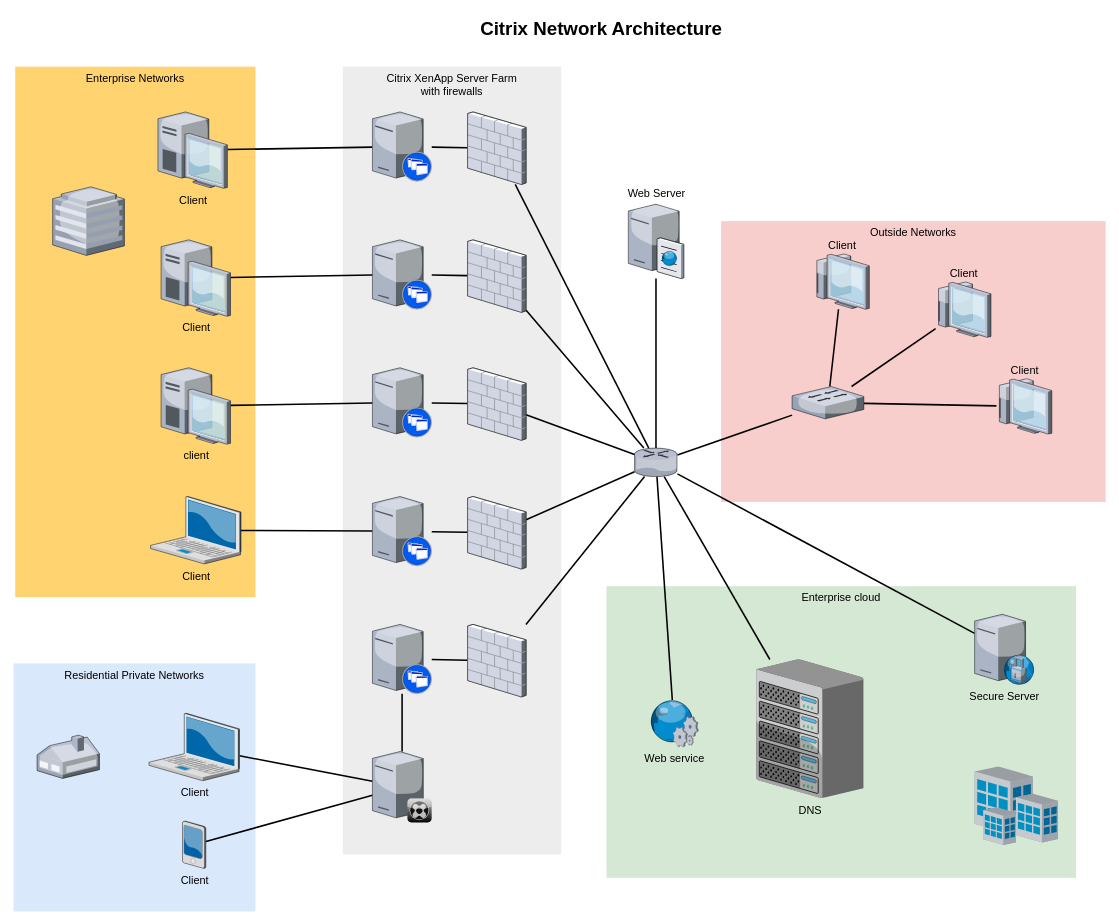
This is v.drawio from xiaoming728/draw, a draw.io file, before an edit. Source tidied: cells renumbered, new cells numbered last; positions are measured from the earlier drawing's top-left corner, leaving out a move shared by most shapes. Both pictures are drawn from the tidied source at 78%, with x=0, y=0 at pixel (13, 13).
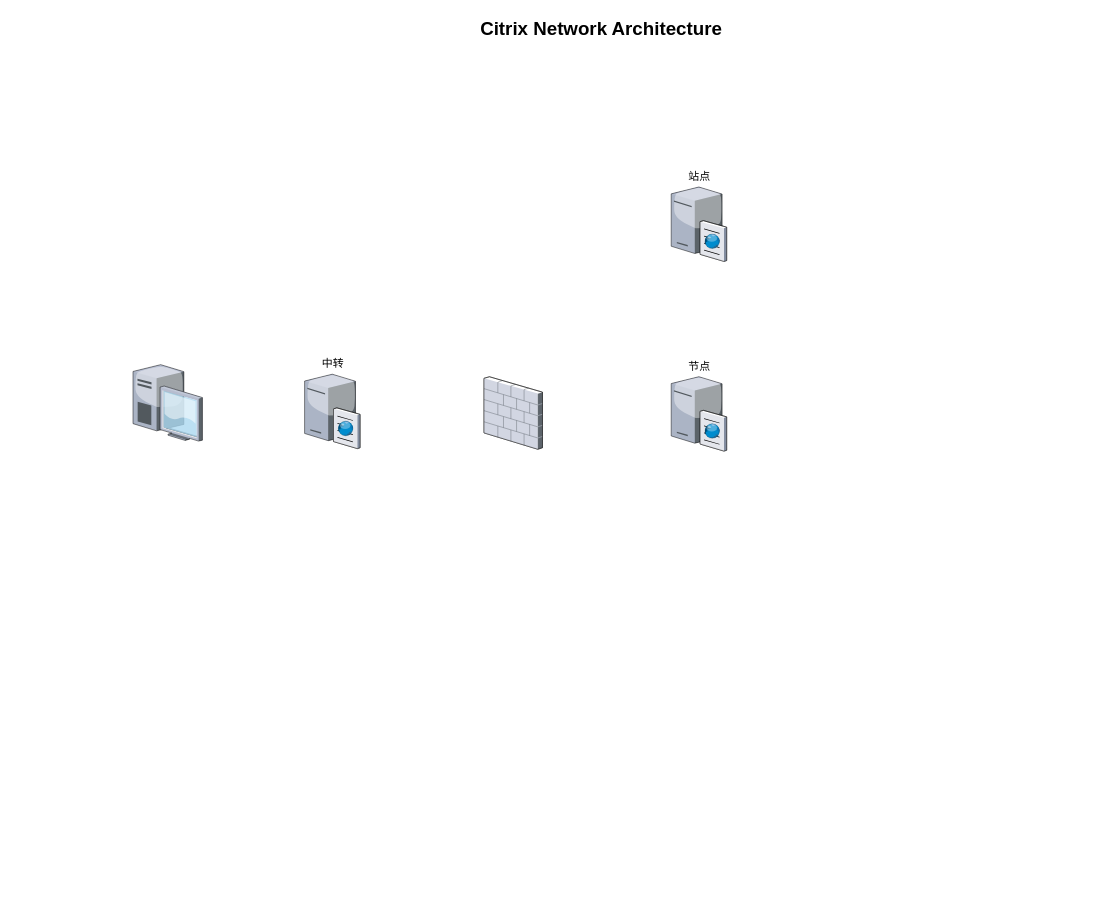
Above is the later version.

Change to the diagram source:
```diff
@@
-    <mxCell id="2" value="Outside Networks" style="whiteSpace=wrap;html=1;fillColor=#f8cecc;fontSize=14;strokeColor=none;verticalAlign=top;" parent="1" vertex="1">
-      <mxGeometry x="907" y="266" width="493" height="360" as="geometry" />
-    </mxCell>
-    <mxCell id="3" value="Enterprise cloud" style="whiteSpace=wrap;html=1;fillColor=#d5e8d4;fontSize=14;strokeColor=none;verticalAlign=top;" parent="1" vertex="1">
-      <mxGeometry x="760" y="734" width="602" height="374" as="geometry" />
-    </mxCell>
-    <mxCell id="4" value="Citrix XenApp Server Farm&lt;div&gt;with firewalls&lt;/div&gt;" style="whiteSpace=wrap;html=1;fillColor=#EDEDED;fontSize=14;strokeColor=none;verticalAlign=top;" parent="1" vertex="1">
-      <mxGeometry x="422" y="68" width="280" height="1010" as="geometry" />
-    </mxCell>
-    <mxCell id="5" value="Residential Private Networks" style="whiteSpace=wrap;html=1;fillColor=#dae8fc;fontSize=14;strokeColor=none;verticalAlign=top;" parent="1" vertex="1">
-      <mxGeometry y="833" width="310" height="318" as="geometry" />
-    </mxCell>
-    <mxCell id="6" value="Enterprise Networks" style="whiteSpace=wrap;html=1;fillColor=#FFD470;gradientColor=none;fontSize=14;strokeColor=none;verticalAlign=top;" parent="1" vertex="1">
-      <mxGeometry x="2" y="68" width="308" height="680" as="geometry" />
-    </mxCell>
-    <mxCell id="7" style="edgeStyle=none;rounded=0;html=1;startSize=10;endSize=10;jettySize=auto;fontSize=14;endArrow=none;endFill=0;strokeWidth=2;" parent="1" edge="1" source="8" target="35">
-      <mxGeometry relative="1" as="geometry" />
-    </mxCell>
-    <mxCell id="8" value="Client" style="verticalLabelPosition=bottom;html=1;verticalAlign=top;strokeColor=none;shape=mxgraph.citrix.laptop_2;fillColor=#66B2FF;gradientColor=#0066CC;fontSize=14;" parent="1" vertex="1">
-      <mxGeometry x="173.5" y="897" width="116" height="86.5" as="geometry" />
-    </mxCell>
-    <mxCell id="9" style="edgeStyle=none;rounded=0;html=1;startSize=10;endSize=10;jettySize=auto;fontSize=14;endArrow=none;endFill=0;strokeWidth=2;" parent="1" edge="1" source="10" target="22">
-      <mxGeometry relative="1" as="geometry" />
-    </mxCell>
-    <mxCell id="10" value="Client" style="verticalLabelPosition=bottom;html=1;verticalAlign=top;strokeColor=none;shape=mxgraph.citrix.laptop_2;fillColor=#66B2FF;gradientColor=#0066CC;fontSize=14;" parent="1" vertex="1">
-      <mxGeometry x="175.5" y="619" width="116" height="86.5" as="geometry" />
-    </mxCell>
-    <mxCell id="11" style="edgeStyle=none;rounded=0;html=1;startSize=10;endSize=10;jettySize=auto;fontSize=14;endArrow=none;endFill=0;strokeWidth=2;" parent="1" edge="1" source="12" target="24">
-      <mxGeometry relative="1" as="geometry" />
-    </mxCell>
-    <mxCell id="12" value="client" style="verticalLabelPosition=bottom;html=1;verticalAlign=top;strokeColor=none;shape=mxgraph.citrix.desktop;fillColor=#66B2FF;gradientColor=#0066CC;fontSize=14;" parent="1" vertex="1">
-      <mxGeometry x="189" y="454" width="89" height="98" as="geometry" />
-    </mxCell>
-    <mxCell id="13" style="edgeStyle=none;rounded=0;html=1;startSize=10;endSize=10;jettySize=auto;fontSize=14;endArrow=none;endFill=0;strokeWidth=2;" parent="1" edge="1" source="14" target="26">
-      <mxGeometry relative="1" as="geometry" />
-    </mxCell>
-    <mxCell id="14" value="Client" style="verticalLabelPosition=bottom;html=1;verticalAlign=top;strokeColor=none;shape=mxgraph.citrix.desktop;fillColor=#66B2FF;gradientColor=#0066CC;fontSize=14;" parent="1" vertex="1">
-      <mxGeometry x="189" y="290" width="89" height="98" as="geometry" />
-    </mxCell>
-    <mxCell id="15" style="edgeStyle=none;rounded=0;html=1;startSize=10;endSize=10;jettySize=auto;fontSize=14;endArrow=none;endFill=0;strokeWidth=2;" parent="1" edge="1" source="16" target="28">
-      <mxGeometry relative="1" as="geometry" />
-    </mxCell>
-    <mxCell id="16" value="Client" style="verticalLabelPosition=bottom;html=1;verticalAlign=top;strokeColor=none;shape=mxgraph.citrix.desktop;fillColor=#66B2FF;gradientColor=#0066CC;fontSize=14;" parent="1" vertex="1">
-      <mxGeometry x="185" y="126" width="89" height="98" as="geometry" />
-    </mxCell>
-    <mxCell id="17" style="edgeStyle=none;rounded=0;html=1;startSize=10;endSize=10;jettySize=auto;fontSize=14;endArrow=none;endFill=0;strokeWidth=2;" parent="1" edge="1" source="18" target="35">
-      <mxGeometry relative="1" as="geometry" />
-    </mxCell>
-    <mxCell id="18" value="Client" style="verticalLabelPosition=bottom;html=1;verticalAlign=top;strokeColor=none;shape=mxgraph.citrix.pda;fillColor=#66B2FF;gradientColor=#0066CC;fontSize=14;" parent="1" vertex="1">
-      <mxGeometry x="216.5" y="1035" width="30" height="61" as="geometry" />
-    </mxCell>
-    <mxCell id="19" style="edgeStyle=none;rounded=0;html=1;startSize=10;endSize=10;jettySize=auto;fontSize=14;endArrow=none;endFill=0;strokeWidth=2;" parent="1" edge="1" source="20" target="47">
-      <mxGeometry relative="1" as="geometry" />
-    </mxCell>
-    <mxCell id="20" style="verticalLabelPosition=bottom;html=1;verticalAlign=top;strokeColor=none;shape=mxgraph.citrix.xenapp_server;fillColor=#66B2FF;gradientColor=#0066CC;fontSize=14;" parent="1" vertex="1">
-      <mxGeometry x="460" y="783" width="76" height="89" as="geometry" />
-    </mxCell>
-    <mxCell id="21" style="edgeStyle=none;rounded=0;html=1;startSize=10;endSize=10;jettySize=auto;fontSize=14;endArrow=none;endFill=0;strokeWidth=2;" parent="1" edge="1" source="22" target="45">
-      <mxGeometry relative="1" as="geometry" />
-    </mxCell>
-    <mxCell id="22" style="verticalLabelPosition=bottom;html=1;verticalAlign=top;strokeColor=none;shape=mxgraph.citrix.xenapp_server;fillColor=#66B2FF;gradientColor=#0066CC;fontSize=14;" parent="1" vertex="1">
-      <mxGeometry x="460" y="619" width="76" height="89" as="geometry" />
-    </mxCell>
-    <mxCell id="23" style="edgeStyle=none;rounded=0;html=1;startSize=10;endSize=10;jettySize=auto;fontSize=14;endArrow=none;endFill=0;strokeWidth=2;" parent="1" edge="1" source="24" target="43">
-      <mxGeometry relative="1" as="geometry" />
-    </mxCell>
-    <mxCell id="24" style="verticalLabelPosition=bottom;html=1;verticalAlign=top;strokeColor=none;shape=mxgraph.citrix.xenapp_server;fillColor=#66B2FF;gradientColor=#0066CC;fontSize=14;" parent="1" vertex="1">
-      <mxGeometry x="460" y="454" width="76" height="89" as="geometry" />
-    </mxCell>
-    <mxCell id="25" style="edgeStyle=none;rounded=0;html=1;startSize=10;endSize=10;jettySize=auto;fontSize=14;endArrow=none;endFill=0;strokeWidth=2;" parent="1" edge="1" source="26" target="41">
-      <mxGeometry relative="1" as="geometry" />
-    </mxCell>
-    <mxCell id="26" style="verticalLabelPosition=bottom;html=1;verticalAlign=top;strokeColor=none;shape=mxgraph.citrix.xenapp_server;fillColor=#66B2FF;gradientColor=#0066CC;fontSize=14;" parent="1" vertex="1">
-      <mxGeometry x="460" y="290" width="76" height="89" as="geometry" />
-    </mxCell>
-    <mxCell id="27" style="edgeStyle=none;rounded=0;html=1;startSize=10;endSize=10;jettySize=auto;fontSize=14;endArrow=none;endFill=0;strokeWidth=2;" parent="1" edge="1" source="28" target="39">
-      <mxGeometry relative="1" as="geometry" />
-    </mxCell>
-    <mxCell id="28" style="verticalLabelPosition=bottom;html=1;verticalAlign=top;strokeColor=none;shape=mxgraph.citrix.xenapp_server;fillColor=#66B2FF;gradientColor=#0066CC;fontSize=14;" parent="1" vertex="1">
-      <mxGeometry x="460" y="126" width="76" height="89" as="geometry" />
-    </mxCell>
-    <mxCell id="29" style="edgeStyle=none;rounded=0;html=1;startSize=10;endSize=10;jettySize=auto;fontSize=14;endArrow=none;endFill=0;strokeWidth=2;" parent="1" edge="1" source="33" target="37">
-      <mxGeometry relative="1" as="geometry" />
-    </mxCell>
-    <mxCell id="30" style="edgeStyle=none;rounded=0;html=1;startSize=10;endSize=10;jettySize=auto;fontSize=14;endArrow=none;endFill=0;strokeWidth=2;" parent="1" edge="1" source="33" target="36">
-      <mxGeometry relative="1" as="geometry" />
-    </mxCell>
-    <mxCell id="31" style="edgeStyle=none;rounded=0;html=1;startSize=10;endSize=10;jettySize=auto;fontSize=14;endArrow=none;endFill=0;strokeWidth=2;" parent="1" edge="1" source="33" target="54">
-      <mxGeometry relative="1" as="geometry" />
-    </mxCell>
-    <mxCell id="32" style="edgeStyle=none;rounded=0;html=1;startSize=10;endSize=10;jettySize=auto;fontSize=14;endArrow=none;endFill=0;strokeWidth=2;" parent="1" edge="1" source="33" target="50">
-      <mxGeometry relative="1" as="geometry" />
-    </mxCell>
-    <mxCell id="33" style="verticalLabelPosition=bottom;html=1;verticalAlign=top;strokeColor=none;shape=mxgraph.citrix.router;fillColor=#66B2FF;gradientColor=#0066CC;fontSize=14;" parent="1" vertex="1">
-      <mxGeometry x="796" y="557" width="55" height="36.5" as="geometry" />
-    </mxCell>
-    <mxCell id="34" style="edgeStyle=none;rounded=0;html=1;startSize=10;endSize=10;jettySize=auto;fontSize=14;endArrow=none;endFill=0;strokeWidth=2;" parent="1" edge="1" source="35" target="20">
-      <mxGeometry relative="1" as="geometry" />
-    </mxCell>
-    <mxCell id="35" style="verticalLabelPosition=bottom;html=1;verticalAlign=top;strokeColor=none;shape=mxgraph.citrix.xenclient_synchronizer;fillColor=#CCCCCC;gradientColor=#000000;gradientDirection=south;fontSize=14;" parent="1" vertex="1">
-      <mxGeometry x="460" y="946" width="76" height="91" as="geometry" />
-    </mxCell>
-    <mxCell id="36" value="Web Server" style="verticalLabelPosition=top;html=1;verticalAlign=bottom;strokeColor=none;shape=mxgraph.citrix.cache_server;fillColor=#66B2FF;gradientColor=#0066CC;fontSize=14;labelPosition=center;align=center;" parent="1" vertex="1">
-      <mxGeometry x="788" y="242" width="71" height="97.5" as="geometry" />
+    <mxCell id="36" value="中转" style="verticalLabelPosition=top;html=1;verticalAlign=bottom;strokeColor=none;shape=mxgraph.citrix.cache_server;fillColor=#66B2FF;gradientColor=#0066CC;fontSize=14;labelPosition=center;align=center;" parent="1" vertex="1">
+      <mxGeometry x="373" y="460" width="71" height="97.5" as="geometry" />
     </mxCell>
-    <mxCell id="37" value="DNS" style="verticalLabelPosition=bottom;html=1;verticalAlign=top;strokeColor=none;shape=mxgraph.citrix.chassis;fillColor=#66B2FF;gradientColor=#0066CC;fontSize=14;" parent="1" vertex="1">
-      <mxGeometry x="952" y="828" width="137.5" height="177.5" as="geometry" />
-    </mxCell>
-    <mxCell id="38" style="edgeStyle=none;rounded=0;html=1;startSize=10;endSize=10;jettySize=auto;fontSize=14;endArrow=none;endFill=0;strokeWidth=2;" parent="1" edge="1" source="39" target="33">
-      <mxGeometry relative="1" as="geometry" />
-    </mxCell>
-    <mxCell id="39" style="verticalLabelPosition=bottom;html=1;verticalAlign=top;strokeColor=none;shape=mxgraph.citrix.firewall;fillColor=#66B2FF;gradientColor=#0066CC;fontSize=14;" parent="1" vertex="1">
-      <mxGeometry x="582" y="126" width="75" height="93" as="geometry" />
-    </mxCell>
-    <mxCell id="40" style="edgeStyle=none;rounded=0;html=1;startSize=10;endSize=10;jettySize=auto;fontSize=14;endArrow=none;endFill=0;strokeWidth=2;" parent="1" edge="1" source="41" target="33">
-      <mxGeometry relative="1" as="geometry" />
-    </mxCell>
-    <mxCell id="41" style="verticalLabelPosition=bottom;html=1;verticalAlign=top;strokeColor=none;shape=mxgraph.citrix.firewall;fillColor=#66B2FF;gradientColor=#0066CC;fontSize=14;" parent="1" vertex="1">
-      <mxGeometry x="582" y="290" width="75" height="93" as="geometry" />
-    </mxCell>
-    <mxCell id="42" style="edgeStyle=none;rounded=0;html=1;startSize=10;endSize=10;jettySize=auto;fontSize=14;endArrow=none;endFill=0;strokeWidth=2;" parent="1" edge="1" source="43" target="33">
-      <mxGeometry relative="1" as="geometry" />
-    </mxCell>
-    <mxCell id="43" style="verticalLabelPosition=bottom;html=1;verticalAlign=top;strokeColor=none;shape=mxgraph.citrix.firewall;fillColor=#66B2FF;gradientColor=#0066CC;fontSize=14;" parent="1" vertex="1">
-      <mxGeometry x="582" y="454" width="75" height="93" as="geometry" />
-    </mxCell>
-    <mxCell id="44" style="edgeStyle=none;rounded=0;html=1;startSize=10;endSize=10;jettySize=auto;fontSize=14;endArrow=none;endFill=0;strokeWidth=2;" parent="1" edge="1" source="45" target="33">
-      <mxGeometry relative="1" as="geometry" />
-    </mxCell>
-    <mxCell id="45" style="verticalLabelPosition=bottom;html=1;verticalAlign=top;strokeColor=none;shape=mxgraph.citrix.firewall;fillColor=#66B2FF;gradientColor=#0066CC;fontSize=14;" parent="1" vertex="1">
-      <mxGeometry x="582" y="619" width="75" height="93" as="geometry" />
-    </mxCell>
-    <mxCell id="46" style="edgeStyle=none;rounded=0;html=1;startSize=10;endSize=10;jettySize=auto;fontSize=14;endArrow=none;endFill=0;strokeWidth=2;" parent="1" edge="1" source="47" target="33">
-      <mxGeometry relative="1" as="geometry" />
-    </mxCell>
-    <mxCell id="47" style="verticalLabelPosition=bottom;html=1;verticalAlign=top;strokeColor=none;shape=mxgraph.citrix.firewall;fillColor=#66B2FF;gradientColor=#0066CC;fontSize=14;" parent="1" vertex="1">
-      <mxGeometry x="582" y="783" width="75" height="93" as="geometry" />
-    </mxCell>
-    <mxCell id="48" style="verticalLabelPosition=bottom;html=1;verticalAlign=top;strokeColor=none;shape=mxgraph.citrix.home_office;fillColor=#66B2FF;gradientColor=#0066CC;fontSize=14;" parent="1" vertex="1">
-      <mxGeometry x="30" y="925" width="80" height="55.5" as="geometry" />
-    </mxCell>
-    <mxCell id="49" style="verticalLabelPosition=bottom;html=1;verticalAlign=top;strokeColor=none;shape=mxgraph.citrix.hq_enterprise;fillColor=#66B2FF;gradientColor=#0066CC;fontSize=14;" parent="1" vertex="1">
-      <mxGeometry x="50" y="222" width="92" height="88" as="geometry" />
-    </mxCell>
-    <mxCell id="50" value="Secure Server" style="verticalLabelPosition=bottom;html=1;verticalAlign=top;strokeColor=none;shape=mxgraph.citrix.proxy_server;fillColor=#66B2FF;gradientColor=#0066CC;fontSize=14;" parent="1" vertex="1">
-      <mxGeometry x="1232" y="770" width="76.5" height="90" as="geometry" />
-    </mxCell>
-    <mxCell id="51" style="edgeStyle=none;rounded=0;html=1;startSize=10;endSize=10;jettySize=auto;fontSize=14;endArrow=none;endFill=0;strokeWidth=2;" parent="1" edge="1" source="54" target="57">
-      <mxGeometry relative="1" as="geometry" />
-    </mxCell>
-    <mxCell id="52" style="edgeStyle=none;rounded=0;html=1;startSize=10;endSize=10;jettySize=auto;fontSize=14;endArrow=none;endFill=0;strokeWidth=2;" parent="1" edge="1" source="54" target="56">
-      <mxGeometry relative="1" as="geometry" />
-    </mxCell>
-    <mxCell id="53" style="edgeStyle=none;rounded=0;html=1;startSize=10;endSize=10;jettySize=auto;fontSize=14;endArrow=none;endFill=0;strokeWidth=2;" parent="1" edge="1" source="54" target="55">
-      <mxGeometry relative="1" as="geometry" />
-    </mxCell>
-    <mxCell id="54" style="verticalLabelPosition=bottom;html=1;verticalAlign=top;strokeColor=none;shape=mxgraph.citrix.switch;fillColor=#66B2FF;gradientColor=#0066CC;fontSize=14;" parent="1" vertex="1">
-      <mxGeometry x="998" y="478" width="92" height="41.5" as="geometry" />
-    </mxCell>
-    <mxCell id="55" value="Client" style="verticalLabelPosition=top;html=1;verticalAlign=bottom;strokeColor=none;shape=mxgraph.citrix.thin_client;fillColor=#66B2FF;gradientColor=#0066CC;fontSize=14;labelPosition=center;align=center;" parent="1" vertex="1">
-      <mxGeometry x="1260" y="468" width="71" height="71" as="geometry" />
-    </mxCell>
-    <mxCell id="56" value="Client" style="verticalLabelPosition=top;html=1;verticalAlign=bottom;strokeColor=none;shape=mxgraph.citrix.thin_client;fillColor=#66B2FF;gradientColor=#0066CC;fontSize=14;labelPosition=center;align=center;" parent="1" vertex="1">
-      <mxGeometry x="1182" y="344" width="71" height="71" as="geometry" />
-    </mxCell>
-    <mxCell id="57" value="Client" style="verticalLabelPosition=top;html=1;verticalAlign=bottom;strokeColor=none;shape=mxgraph.citrix.thin_client;fillColor=#66B2FF;gradientColor=#0066CC;fontSize=14;labelPosition=center;align=center;" parent="1" vertex="1">
-      <mxGeometry x="1026" y="308" width="71" height="71" as="geometry" />
-    </mxCell>
-    <mxCell id="58" style="edgeStyle=none;rounded=0;html=1;startSize=10;endSize=10;jettySize=auto;fontSize=14;endArrow=none;endFill=0;strokeWidth=2;" parent="1" edge="1" source="59" target="33">
-      <mxGeometry relative="1" as="geometry" />
-    </mxCell>
-    <mxCell id="59" value="Web service" style="verticalLabelPosition=bottom;html=1;verticalAlign=top;strokeColor=none;shape=mxgraph.citrix.web_service;fillColor=#66B2FF;gradientColor=#0066CC;fontSize=14;" parent="1" vertex="1">
-      <mxGeometry x="815" y="880" width="63" height="60" as="geometry" />
-    </mxCell>
-    <mxCell id="60" style="verticalLabelPosition=bottom;html=1;verticalAlign=top;strokeColor=none;shape=mxgraph.citrix.site;fillColor=#66B2FF;gradientColor=#0066CC;fontSize=14;" parent="1" vertex="1">
-      <mxGeometry x="1232" y="965" width="107" height="101" as="geometry" />
-    </mxCell>
@@
+    <mxCell id="62" value="节点" style="verticalLabelPosition=top;html=1;verticalAlign=bottom;strokeColor=none;shape=mxgraph.citrix.cache_server;fillColor=#66B2FF;gradientColor=#0066CC;fontSize=14;labelPosition=center;align=center;" parent="1" vertex="1">
+      <mxGeometry x="843" y="463.2" width="71" height="97.5" as="geometry" />
+    </mxCell>
+    <mxCell id="63" style="verticalLabelPosition=bottom;html=1;verticalAlign=top;strokeColor=none;shape=mxgraph.citrix.firewall;fillColor=#66B2FF;gradientColor=#0066CC;fontSize=14;" parent="1" vertex="1">
+      <mxGeometry x="603" y="465.5" width="75" height="93" as="geometry" />
+    </mxCell>
+    <mxCell id="64" style="verticalLabelPosition=bottom;html=1;verticalAlign=top;strokeColor=none;shape=mxgraph.citrix.desktop;fillColor=#66B2FF;gradientColor=#0066CC;fontSize=14;" parent="1" vertex="1">
+      <mxGeometry x="153" y="450" width="89" height="98" as="geometry" />
+    </mxCell>
+    <mxCell id="65" value="站点" style="verticalLabelPosition=top;html=1;verticalAlign=bottom;strokeColor=none;shape=mxgraph.citrix.cache_server;fillColor=#66B2FF;gradientColor=#0066CC;fontSize=14;labelPosition=center;align=center;" parent="1" vertex="1">
+      <mxGeometry x="843" y="220" width="71" height="97.5" as="geometry" />
+    </mxCell>
```
